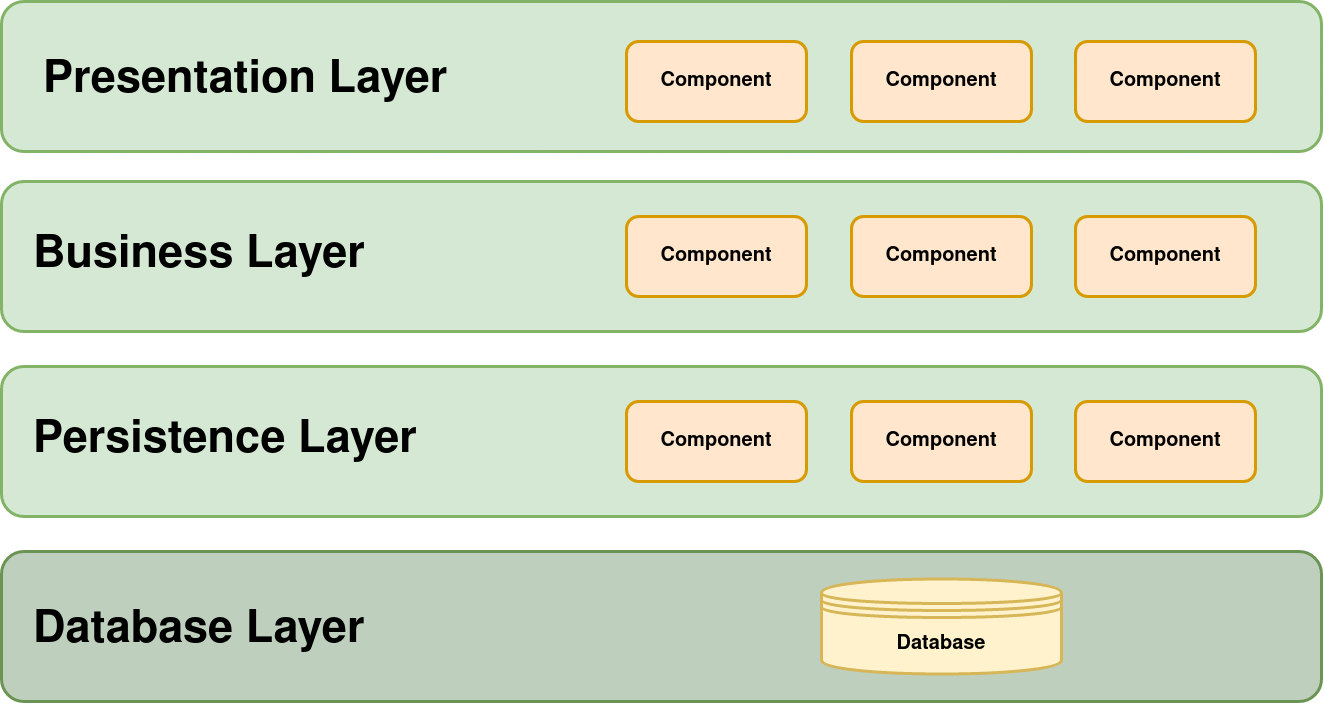
The draw.io diagram layered-architecture/diagram.png in carltheperson/same-app-different-design-patterns, before a commit. Source tidied: cells renumbered, new cells last; positions are measured from the earlier drawing's top-left corner, leaving out a move shared by most shapes.
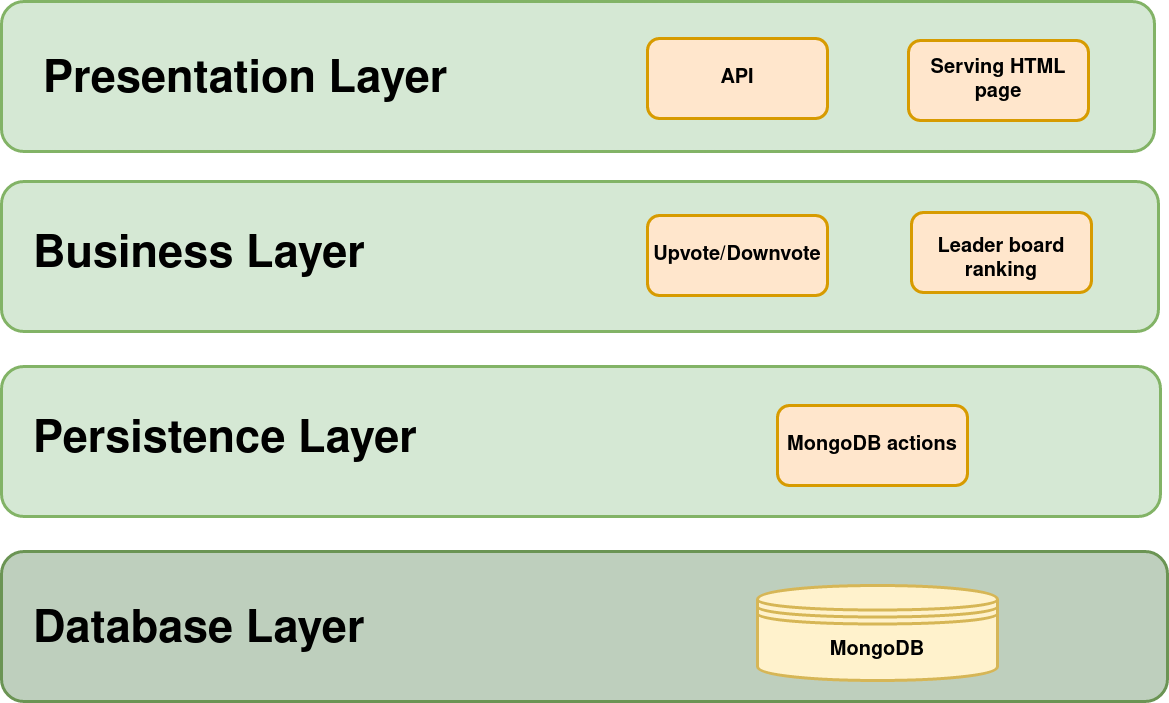
After the commit.

Commit message:
New less generic diagram

Change to the diagram source:
```diff
@@ -3,16 +3,16 @@
     <mxCell id="0" />
     <mxCell id="1" parent="0" />
     <mxCell id="2" style="rounded=1;whiteSpace=wrap;html=1;fillColor=#d5e8d4;strokeColor=#82b366;strokeWidth=3;" parent="1" vertex="1">
-      <mxGeometry width="1320" height="150" as="geometry" />
+      <mxGeometry width="1153" height="150" as="geometry" />
     </mxCell>
     <mxCell id="3" style="rounded=1;whiteSpace=wrap;html=1;fillColor=#d5e8d4;strokeColor=#82b366;strokeWidth=3;" parent="1" vertex="1">
-      <mxGeometry y="180" width="1320" height="150" as="geometry" />
+      <mxGeometry y="180" width="1157" height="150" as="geometry" />
     </mxCell>
     <mxCell id="4" style="rounded=1;whiteSpace=wrap;html=1;fillColor=#d5e8d4;strokeColor=#82b366;strokeWidth=3;" parent="1" vertex="1">
-      <mxGeometry y="365" width="1320" height="150" as="geometry" />
+      <mxGeometry y="365" width="1159" height="150" as="geometry" />
     </mxCell>
     <mxCell id="5" style="rounded=1;whiteSpace=wrap;html=1;strokeColor=#6B9454;fillColor=#BECFBD;strokeWidth=3;" parent="1" vertex="1">
-      <mxGeometry y="550" width="1320" height="150" as="geometry" />
+      <mxGeometry y="550" width="1166" height="150" as="geometry" />
     </mxCell>
     <mxCell id="6" value="&lt;div align=&quot;left&quot;&gt;&lt;font style=&quot;font-size: 45px&quot;&gt;&lt;b&gt;Presentation Layer &lt;/b&gt;&lt;/font&gt;&lt;/div&gt;" style="text;html=1;strokeColor=none;fillColor=none;align=left;verticalAlign=middle;whiteSpace=wrap;rounded=0;" parent="1" vertex="1">
       <mxGeometry x="40" y="70" width="440" height="20" as="geometry" />
@@ -26,35 +26,23 @@
     <mxCell id="9" value="&lt;div align=&quot;left&quot;&gt;&lt;font style=&quot;font-size: 45px&quot;&gt;&lt;b&gt;Database Layer&lt;br&gt;&lt;/b&gt;&lt;/font&gt;&lt;/div&gt;" style="text;html=1;strokeColor=none;fillColor=none;align=left;verticalAlign=middle;whiteSpace=wrap;rounded=0;" parent="1" vertex="1">
       <mxGeometry x="30" y="620" width="440" height="20" as="geometry" />
     </mxCell>
-    <mxCell id="10" value="&lt;font style=&quot;font-size: 20px&quot;&gt;&lt;b&gt;&lt;font style=&quot;font-size: 20px&quot;&gt;Component&lt;/font&gt;&lt;/b&gt;&lt;/font&gt;" style="rounded=1;whiteSpace=wrap;html=1;strokeColor=#d79b00;strokeWidth=3;fillColor=#ffe6cc;" parent="1" vertex="1">
-      <mxGeometry x="625" y="40" width="180" height="80" as="geometry" />
-    </mxCell>
-    <mxCell id="11" value="&lt;font style=&quot;font-size: 20px&quot;&gt;&lt;b&gt;&lt;font style=&quot;font-size: 20px&quot;&gt;Component&lt;/font&gt;&lt;/b&gt;&lt;/font&gt;" style="rounded=1;whiteSpace=wrap;html=1;strokeColor=#d79b00;strokeWidth=3;fillColor=#ffe6cc;" parent="1" vertex="1">
-      <mxGeometry x="850" y="40" width="180" height="80" as="geometry" />
+    <mxCell id="11" value="&lt;font style=&quot;font-size: 20px&quot;&gt;&lt;b&gt;&lt;font style=&quot;font-size: 20px&quot;&gt;API&lt;/font&gt;&lt;/b&gt;&lt;/font&gt;" style="rounded=1;whiteSpace=wrap;html=1;strokeColor=#d79b00;strokeWidth=3;fillColor=#ffe6cc;" parent="1" vertex="1">
+      <mxGeometry x="646" y="37" width="180" height="80" as="geometry" />
     </mxCell>
-    <mxCell id="12" value="&lt;font style=&quot;font-size: 20px&quot;&gt;&lt;b&gt;&lt;font style=&quot;font-size: 20px&quot;&gt;Component&lt;/font&gt;&lt;/b&gt;&lt;/font&gt;" style="rounded=1;whiteSpace=wrap;html=1;strokeColor=#d79b00;strokeWidth=3;fillColor=#ffe6cc;" parent="1" vertex="1">
-      <mxGeometry x="1074" y="40" width="180" height="80" as="geometry" />
+    <mxCell id="12" value="&lt;font style=&quot;font-size: 20px&quot;&gt;&lt;b&gt;&lt;font style=&quot;font-size: 20px&quot;&gt;Serving HTML page&lt;br&gt;&lt;/font&gt;&lt;/b&gt;&lt;/font&gt;" style="rounded=1;whiteSpace=wrap;html=1;strokeColor=#d79b00;strokeWidth=3;fillColor=#ffe6cc;" parent="1" vertex="1">
+      <mxGeometry x="907" y="39" width="180" height="80" as="geometry" />
     </mxCell>
-    <mxCell id="13" value="&lt;font style=&quot;font-size: 20px&quot;&gt;&lt;b&gt;&lt;font style=&quot;font-size: 20px&quot;&gt;Component&lt;/font&gt;&lt;/b&gt;&lt;/font&gt;" style="rounded=1;whiteSpace=wrap;html=1;strokeColor=#d79b00;strokeWidth=3;fillColor=#ffe6cc;" parent="1" vertex="1">
-      <mxGeometry x="625" y="215" width="180" height="80" as="geometry" />
+    <mxCell id="13" value="&lt;font style=&quot;font-size: 20px&quot;&gt;&lt;b&gt;&lt;font style=&quot;font-size: 20px&quot;&gt;Upvote/Downvote&lt;/font&gt;&lt;/b&gt;&lt;/font&gt;" style="rounded=1;whiteSpace=wrap;html=1;strokeColor=#d79b00;strokeWidth=3;fillColor=#ffe6cc;" parent="1" vertex="1">
+      <mxGeometry x="646" y="214" width="180" height="80" as="geometry" />
     </mxCell>
-    <mxCell id="14" value="&lt;font style=&quot;font-size: 20px&quot;&gt;&lt;b&gt;&lt;font style=&quot;font-size: 20px&quot;&gt;Component&lt;/font&gt;&lt;/b&gt;&lt;/font&gt;" style="rounded=1;whiteSpace=wrap;html=1;strokeColor=#d79b00;strokeWidth=3;fillColor=#ffe6cc;" parent="1" vertex="1">
-      <mxGeometry x="850" y="215" width="180" height="80" as="geometry" />
+    <mxCell id="14" value="&lt;br&gt;&lt;font style=&quot;font-size: 20px&quot;&gt;&lt;b&gt;&lt;font style=&quot;font-size: 20px&quot;&gt;Leader board ranking&lt;br&gt;&lt;/font&gt;&lt;/b&gt;&lt;/font&gt;" style="rounded=1;whiteSpace=wrap;html=1;strokeColor=#d79b00;strokeWidth=3;fillColor=#ffe6cc;" parent="1" vertex="1">
+      <mxGeometry x="910" y="211" width="180" height="80" as="geometry" />
     </mxCell>
-    <mxCell id="15" value="&lt;font style=&quot;font-size: 20px&quot;&gt;&lt;b&gt;&lt;font style=&quot;font-size: 20px&quot;&gt;Component&lt;/font&gt;&lt;/b&gt;&lt;/font&gt;" style="rounded=1;whiteSpace=wrap;html=1;strokeColor=#d79b00;strokeWidth=3;fillColor=#ffe6cc;" parent="1" vertex="1">
-      <mxGeometry x="1074" y="215" width="180" height="80" as="geometry" />
-    </mxCell>
-    <mxCell id="16" value="&lt;font style=&quot;font-size: 20px&quot;&gt;&lt;b&gt;&lt;font style=&quot;font-size: 20px&quot;&gt;Component&lt;/font&gt;&lt;/b&gt;&lt;/font&gt;" style="rounded=1;whiteSpace=wrap;html=1;strokeColor=#d79b00;strokeWidth=3;fillColor=#ffe6cc;" parent="1" vertex="1">
-      <mxGeometry x="625" y="400" width="180" height="80" as="geometry" />
-    </mxCell>
-    <mxCell id="17" value="&lt;font style=&quot;font-size: 20px&quot;&gt;&lt;b&gt;&lt;font style=&quot;font-size: 20px&quot;&gt;Component&lt;/font&gt;&lt;/b&gt;&lt;/font&gt;" style="rounded=1;whiteSpace=wrap;html=1;strokeColor=#d79b00;strokeWidth=3;fillColor=#ffe6cc;" parent="1" vertex="1">
-      <mxGeometry x="850" y="400" width="180" height="80" as="geometry" />
+    <mxCell id="17" value="&lt;font style=&quot;font-size: 20px&quot;&gt;&lt;b&gt;&lt;font style=&quot;font-size: 20px&quot;&gt;MongoDB actions&lt;br&gt;&lt;/font&gt;&lt;/b&gt;&lt;/font&gt;" style="rounded=1;whiteSpace=wrap;html=1;strokeColor=#d79b00;strokeWidth=3;fillColor=#ffe6cc;" parent="1" vertex="1">
+      <mxGeometry x="776" y="404" width="190" height="80" as="geometry" />
     </mxCell>
-    <mxCell id="18" value="&lt;font style=&quot;font-size: 20px&quot;&gt;&lt;b&gt;&lt;font style=&quot;font-size: 20px&quot;&gt;Component&lt;/font&gt;&lt;/b&gt;&lt;/font&gt;" style="rounded=1;whiteSpace=wrap;html=1;strokeColor=#d79b00;strokeWidth=3;fillColor=#ffe6cc;" parent="1" vertex="1">
-      <mxGeometry x="1074" y="400" width="180" height="80" as="geometry" />
-    </mxCell>
-    <mxCell id="19" value="&lt;font style=&quot;font-size: 20px&quot;&gt;&lt;b&gt;Database&lt;/b&gt;&lt;/font&gt;" style="shape=datastore;whiteSpace=wrap;html=1;strokeColor=#d6b656;strokeWidth=3;fillColor=#fff2cc;" parent="1" vertex="1">
-      <mxGeometry x="820" y="577.5" width="240" height="95" as="geometry" />
+    <mxCell id="19" value="&lt;font style=&quot;font-size: 20px&quot;&gt;&lt;b&gt;MongoDB&lt;/b&gt;&lt;/font&gt;" style="shape=datastore;whiteSpace=wrap;html=1;strokeColor=#d6b656;strokeWidth=3;fillColor=#fff2cc;" parent="1" vertex="1">
+      <mxGeometry x="756" y="584" width="240" height="95" as="geometry" />
     </mxCell>
   </root>
 </mxGraphModel>
```
